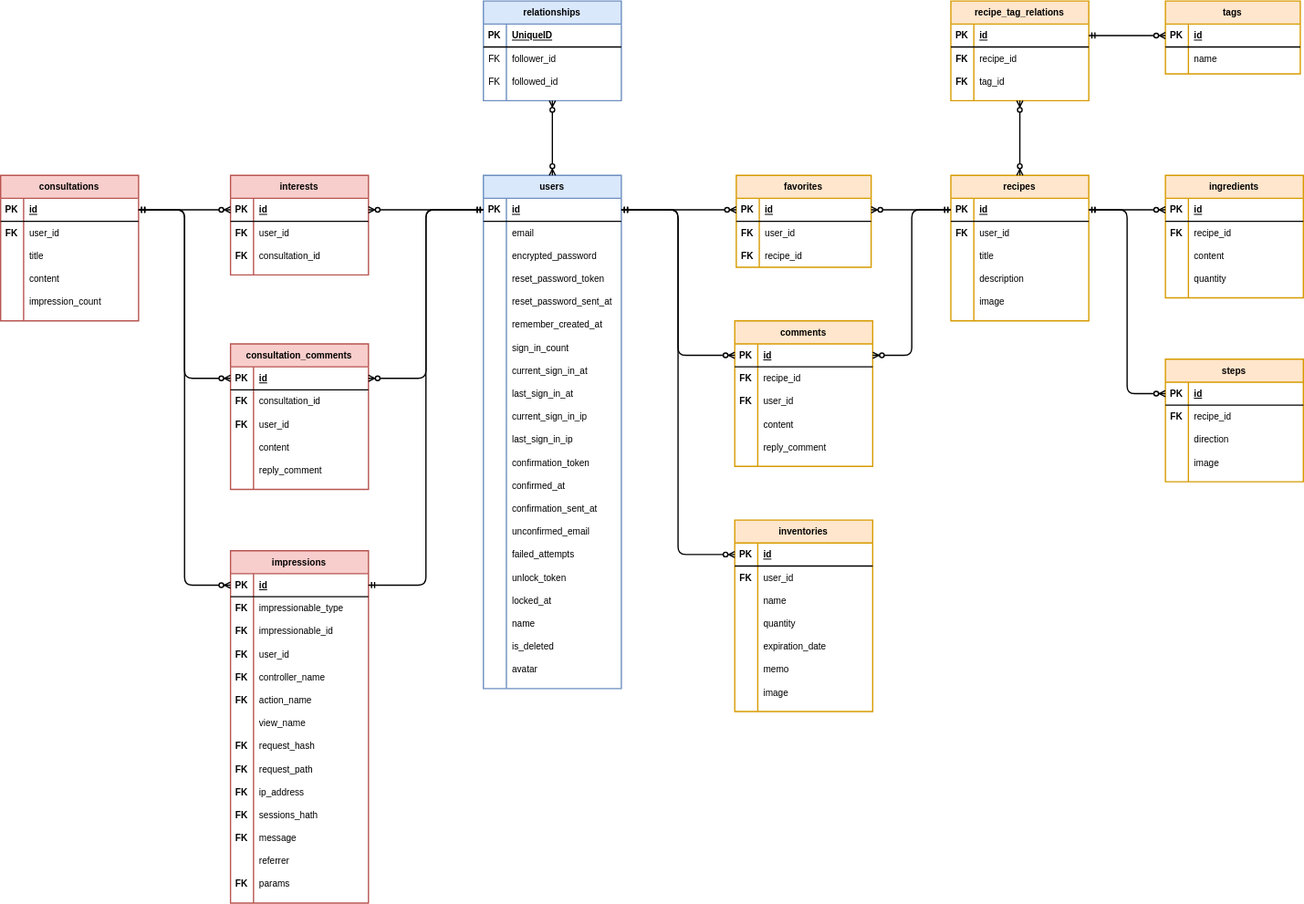
Above: app/assets/images/ER_TastyLife.svg in YukiIshizaki0525/TastyLife (draw.io), before the change. Source tidied: cells renumbered, new cells last; positions are measured from the earlier drawing's top-left corner, leaving out a move shared by most shapes.
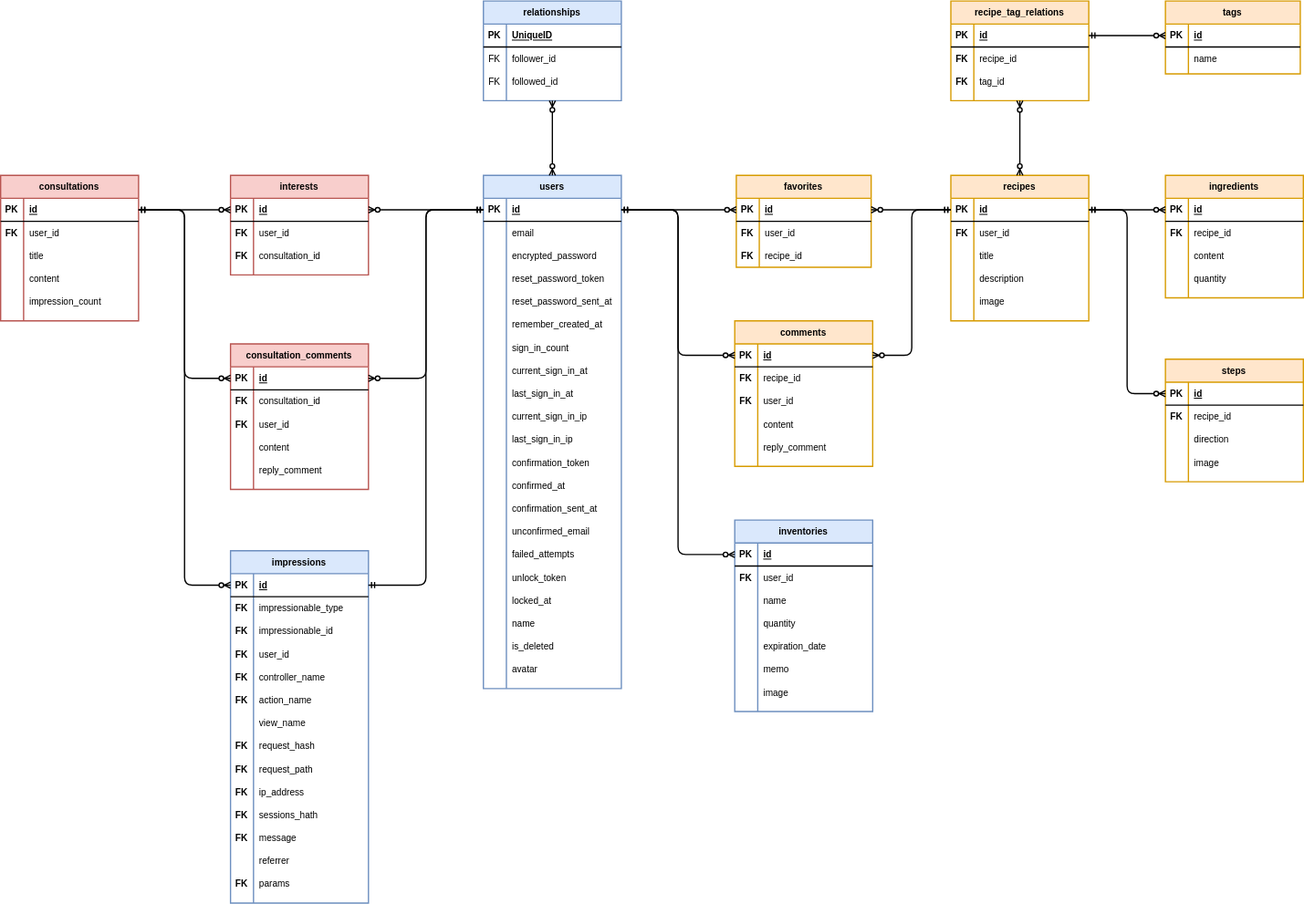
Later version of the same file.

Diff of the diagram source:
```diff
@@ -176,7 +176,7 @@
     <mxCell id="59" value="recipe_id" style="shape=partialRectangle;fillColor=none;top=0;left=0;bottom=0;right=0;align=left;spacingLeft=6;overflow=hidden;" parent="57" vertex="1">
       <mxGeometry x="30" width="146" height="30" as="geometry" />
     </mxCell>
-    <mxCell id="60" value="impressions" style="shape=table;startSize=30;rowLines=0;fontStyle=1;align=center;fillColor=#F8CECC;strokeColor=#B85450;" parent="1" vertex="1">
+    <mxCell id="60" value="impressions" style="shape=table;startSize=30;rowLines=0;fontStyle=1;align=center;fillColor=#dae8fc;strokeColor=#6c8ebf;" parent="1" vertex="1">
       <mxGeometry x="300" y="718" width="180" height="460" as="geometry" />
     </mxCell>
     <mxCell id="61" style="shape=partialRectangle;fillColor=none;top=0;left=0;bottom=1;right=0;points=[[0,0.5],[1,0.5]];portConstraint=eastwest;" parent="60" vertex="1">
@@ -374,7 +374,7 @@
     <mxCell id="125" value="consultation_id" style="shape=partialRectangle;fillColor=none;top=0;left=0;bottom=0;right=0;align=left;spacingLeft=6;overflow=hidden;" parent="123" vertex="1">
       <mxGeometry x="30" width="150" height="30" as="geometry" />
     </mxCell>
-    <mxCell id="126" value="inventories" style="shape=table;startSize=30;rowLines=0;fontStyle=1;align=center;fillColor=#ffe6cc;strokeColor=#d79b00;" parent="1" vertex="1">
+    <mxCell id="126" value="inventories" style="shape=table;startSize=30;rowLines=0;fontStyle=1;align=center;fillColor=#dae8fc;strokeColor=#6c8ebf;" parent="1" vertex="1">
       <mxGeometry x="958" y="678" width="180" height="250" as="geometry" />
     </mxCell>
     <mxCell id="127" style="shape=partialRectangle;fillColor=none;top=0;left=0;bottom=1;right=0;points=[[0,0.5],[1,0.5]];portConstraint=eastwest;" parent="126" vertex="1">
```
